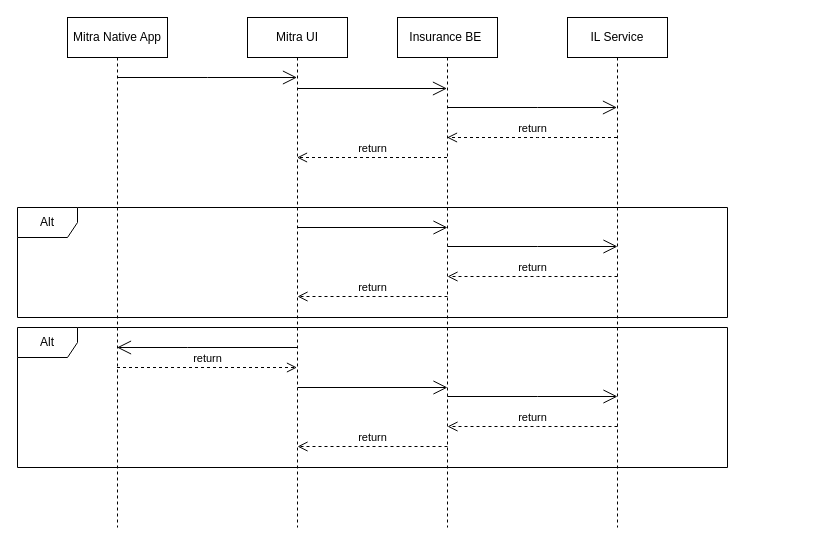
Above: 2W.drawio in ashwiniadlakha/draw_io (draw.io), before the change. Source tidied: cells renumbered, new cells numbered last; positions are measured from the earlier drawing's top-left corner, leaving out a move shared by most shapes. Both pictures are drawn from the tidied source at 100%, with x=0, y=0 at pixel (17, 17).
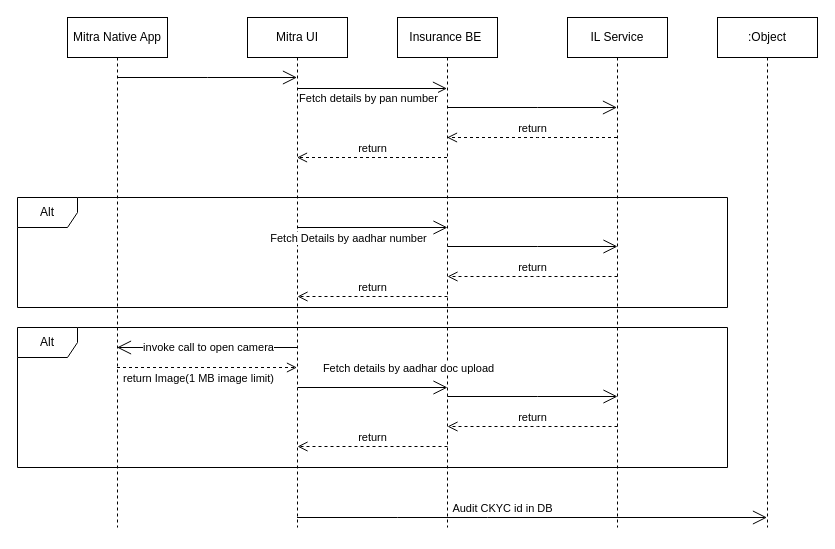
The same page after the edit.

The change refers to these unchanged cells:
```xml
<mxCell id="2" value="Mitra Native App" style="shape=umlLifeline;perimeter=lifelinePerimeter;whiteSpace=wrap;html=1;outlineConnect=0;portConstraint=eastwest;newEdgeStyle={&quot;edgeStyle&quot;:&quot;elbowEdgeStyle&quot;,&quot;elbow&quot;:&quot;vertical&quot;,&quot;curved&quot;:0,&quot;rounded&quot;:0};" parent="1" vertex="1">
  <mxGeometry x="50" width="100" height="510" as="geometry" />
</mxCell>
<mxCell id="3" value="Mitra UI" style="shape=umlLifeline;perimeter=lifelinePerimeter;whiteSpace=wrap;html=1;outlineConnect=0;portConstraint=eastwest;newEdgeStyle={&quot;edgeStyle&quot;:&quot;elbowEdgeStyle&quot;,&quot;elbow&quot;:&quot;vertical&quot;,&quot;curved&quot;:0,&quot;rounded&quot;:0};" parent="1" vertex="1">
  <mxGeometry x="230" width="100" height="510" as="geometry" />
</mxCell>
<mxCell id="6" style="endArrow=open;endFill=1;endSize=12;html=1;rounded=0;" parent="1" edge="1" target="4">
  <mxGeometry relative="1" as="geometry">
    <mxPoint x="280" y="71" as="sourcePoint" />
  </mxGeometry>
</mxCell>
<mxCell id="12" style="endArrow=open;endFill=1;endSize=12;html=1;rounded=0;" parent="1" edge="1">
  <mxGeometry relative="1" as="geometry">
    <mxPoint x="280" y="210" as="sourcePoint" />
    <mxPoint x="430" y="210" as="targetPoint" />
  </mxGeometry>
</mxCell>
<mxCell id="17" style="endArrow=open;endFill=1;endSize=12;html=1;rounded=0;" parent="1" edge="1">
  <mxGeometry relative="1" as="geometry">
    <mxPoint x="280" y="370" as="sourcePoint" />
    <mxPoint x="430" y="370" as="targetPoint" />
  </mxGeometry>
</mxCell>
<mxCell id="21" style="endArrow=open;endFill=1;endSize=12;html=1;rounded=0;" parent="1" edge="1" source="3" target="2">
  <mxGeometry relative="1" as="geometry">
    <Array as="points">
      <mxPoint x="170" y="330" />
    </Array>
  </mxGeometry>
</mxCell>
```

What changed in the source:
```diff
@@
+    <mxCell id="23" value="Fetch details by pan number" style="edgeLabel;html=1;align=center;verticalAlign=middle;" parent="6" vertex="1">
+      <mxGeometry x="-0.41" y="-2" relative="1" as="geometry">
+        <mxPoint x="26" y="7" as="offset" />
+      </mxGeometry>
+    </mxCell>
@@
     <mxCell id="11" value="Alt" style="shape=umlFrame;whiteSpace=wrap;html=1;" parent="1" vertex="1">
-      <mxGeometry y="190" width="710" height="110" as="geometry" />
+      <mxGeometry y="180" width="710" height="110" as="geometry" />
     </mxCell>
@@
+    <mxCell id="24" value="Fetch Details by aadhar number" style="edgeLabel;html=1;align=center;verticalAlign=middle;" parent="12" vertex="1">
+      <mxGeometry x="-0.31" relative="1" as="geometry">
+        <mxPoint x="-2" y="10" as="offset" />
+      </mxGeometry>
+    </mxCell>
@@
+    <mxCell id="25" value="Fetch details by aadhar doc upload" style="edgeLabel;html=1;align=center;verticalAlign=middle;" parent="17" vertex="1">
+      <mxGeometry x="-0.36" y="1" relative="1" as="geometry">
+        <mxPoint x="62" y="-19" as="offset" />
+      </mxGeometry>
+    </mxCell>
@@
+    <mxCell id="26" value="invoke call to open camera" style="edgeLabel;html=1;align=center;verticalAlign=middle;" parent="21" vertex="1">
+      <mxGeometry x="0.48" y="-1" relative="1" as="geometry">
+        <mxPoint x="44" as="offset" />
+      </mxGeometry>
+    </mxCell>
-    <mxCell id="22" value="return" style="html=1;verticalAlign=bottom;endArrow=open;dashed=1;endSize=8;edgeStyle=elbowEdgeStyle;elbow=vertical;curved=0;rounded=0;" parent="1" edge="1" source="2" target="3">
-      <mxGeometry relative="1" as="geometry">
+    <mxCell id="22" value="return Image(1 MB image limit)" style="html=1;verticalAlign=bottom;endArrow=open;dashed=1;endSize=8;edgeStyle=elbowEdgeStyle;elbow=vertical;curved=0;rounded=0;" parent="1" edge="1" source="2" target="3">
+      <mxGeometry x="-0.11" y="-20" relative="1" as="geometry">
         <Array as="points">
           <mxPoint x="160" y="350" />
         </Array>
+        <mxPoint x="1" as="offset" />
       </mxGeometry>
     </mxCell>
+    <mxCell id="27" value=":Object" style="shape=umlLifeline;perimeter=lifelinePerimeter;whiteSpace=wrap;html=1;outlineConnect=0;portConstraint=eastwest;newEdgeStyle={&quot;edgeStyle&quot;:&quot;elbowEdgeStyle&quot;,&quot;elbow&quot;:&quot;vertical&quot;,&quot;curved&quot;:0,&quot;rounded&quot;:0};" parent="1" vertex="1">
+      <mxGeometry x="700" width="100" height="510" as="geometry" />
+    </mxCell>
+    <mxCell id="28" style="endArrow=open;endFill=1;endSize=12;html=1;rounded=0;" parent="1" edge="1" source="3" target="27">
+      <mxGeometry relative="1" as="geometry">
+        <Array as="points">
+          <mxPoint x="380" y="500" />
+          <mxPoint x="470" y="500" />
+        </Array>
+      </mxGeometry>
+    </mxCell>
+    <mxCell id="29" value="Audit CKYC id in DB" style="edgeLabel;html=1;align=center;verticalAlign=middle;" parent="28" vertex="1">
+      <mxGeometry x="-0.13" y="2" relative="1" as="geometry">
+        <mxPoint x="1" y="-8" as="offset" />
+      </mxGeometry>
+    </mxCell>
```
